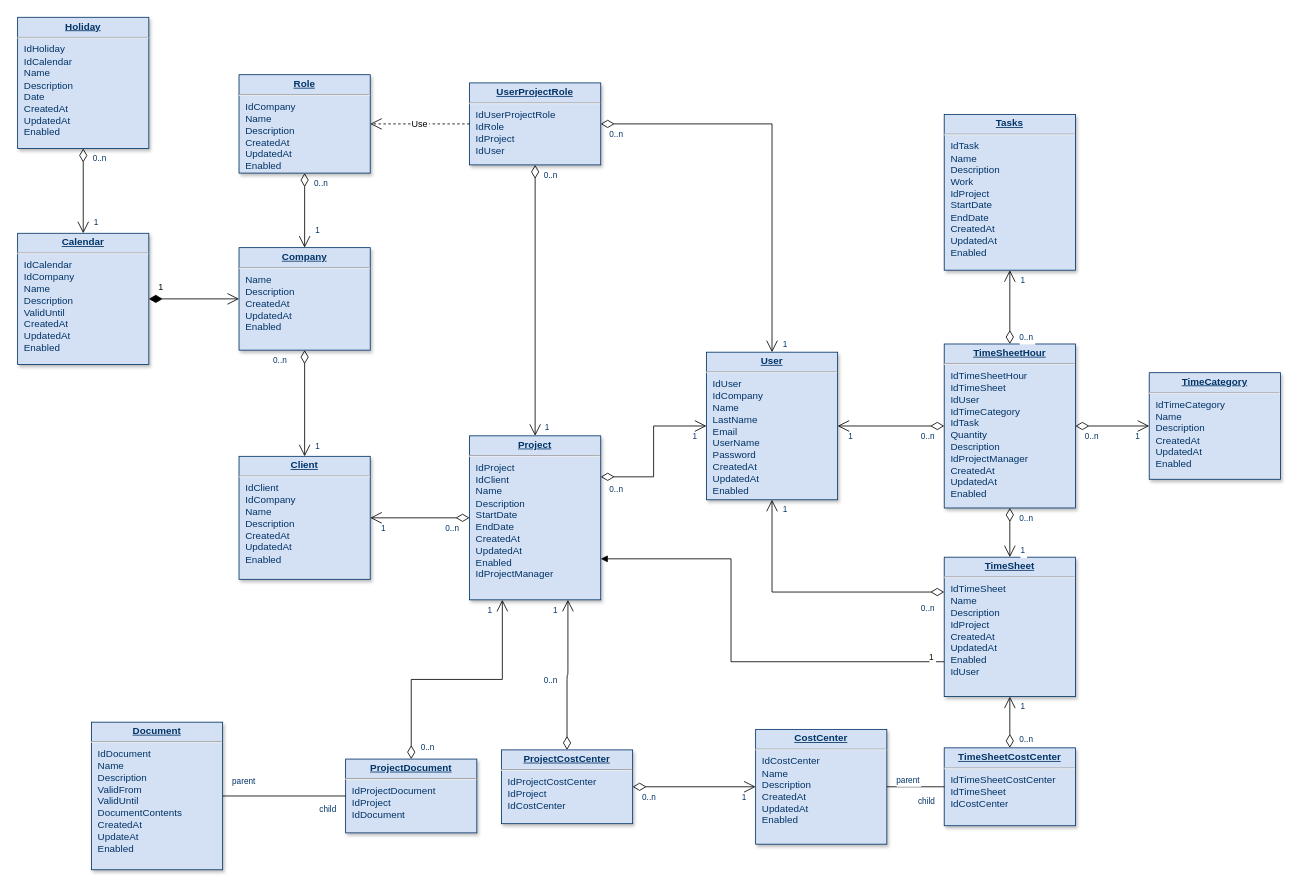
The draw.io diagram 数据库建模.drawio in yangjian433/yj, before the edit. Source tidied: cells renumbered, new cells numbered last; positions are measured from the earlier drawing's top-left corner, leaving out a move shared by most shapes. Both pictures are drawn from the tidied source at 82%, with x=0, y=0 at pixel (17, 17).
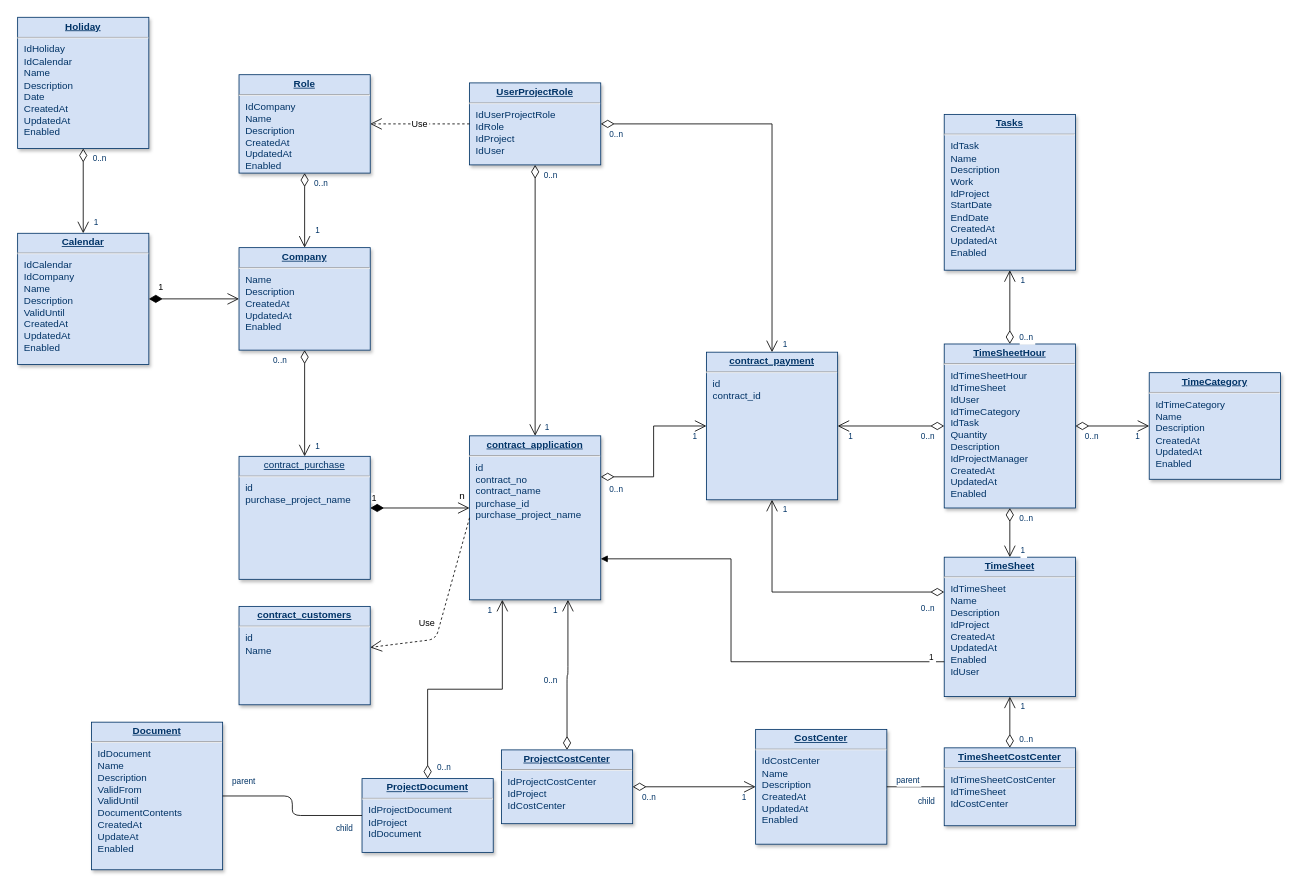
After the change.

Commit message (it also covers changes not shown here):
更新数据库建模.drawio

Diff of the diagram source:
```diff
@@
-    <mxCell id="5" value="&lt;p style=&quot;margin: 0px; margin-top: 4px; text-align: center; text-decoration: underline;&quot;&gt;&lt;strong&gt;User&lt;/strong&gt;&lt;/p&gt;&lt;hr /&gt;&lt;p style=&quot;margin: 0px; margin-left: 8px;&quot;&gt;IdUser&lt;/p&gt;&lt;p style=&quot;margin: 0px; margin-left: 8px;&quot;&gt;IdCompany&lt;/p&gt;&lt;p style=&quot;margin: 0px; margin-left: 8px;&quot;&gt;Name&lt;/p&gt;&lt;p style=&quot;margin: 0px; margin-left: 8px;&quot;&gt;LastName&lt;/p&gt;&lt;p style=&quot;margin: 0px; margin-left: 8px;&quot;&gt;Email&lt;/p&gt;&lt;p style=&quot;margin: 0px; margin-left: 8px;&quot;&gt;UserName&lt;/p&gt;&lt;p style=&quot;margin: 0px; margin-left: 8px;&quot;&gt;Password&lt;/p&gt;&lt;p style=&quot;margin: 0px; margin-left: 8px;&quot;&gt;CreatedAt&lt;/p&gt;&lt;p style=&quot;margin: 0px; margin-left: 8px;&quot;&gt;UpdatedAt&lt;/p&gt;&lt;p style=&quot;margin: 0px; margin-left: 8px;&quot;&gt;Enabled&lt;/p&gt;" style="verticalAlign=top;align=left;overflow=fill;fontSize=12;fontFamily=Helvetica;html=1;strokeColor=#003366;shadow=1;fillColor=#D4E1F5;fontColor=#003366;" parent="1" vertex="1">
+    <mxCell id="5" value="&lt;p style=&quot;margin: 0px; margin-top: 4px; text-align: center; text-decoration: underline;&quot;&gt;&lt;strong&gt;contract_p&lt;/strong&gt;&lt;b style=&quot;background-color: initial;&quot;&gt;&lt;u&gt;ayment&lt;/u&gt;&lt;/b&gt;&lt;/p&gt;&lt;hr&gt;&lt;p style=&quot;margin: 0px; margin-left: 8px;&quot;&gt;id&lt;/p&gt;&lt;p style=&quot;margin: 0px; margin-left: 8px;&quot;&gt;contract_id&lt;/p&gt;&lt;p style=&quot;margin: 0px; margin-left: 8px;&quot;&gt;&lt;br&gt;&lt;/p&gt;" style="verticalAlign=top;align=left;overflow=fill;fontSize=12;fontFamily=Helvetica;html=1;strokeColor=#003366;shadow=1;fillColor=#D4E1F5;fontColor=#003366;" parent="1" vertex="1">
       <mxGeometry x="840" y="408" width="160" height="180" as="geometry" />
     </mxCell>
@@
-    <mxCell id="7" value="&lt;p style=&quot;margin: 0px; margin-top: 4px; text-align: center; text-decoration: underline;&quot;&gt;&lt;strong&gt;Client&lt;/strong&gt;&lt;/p&gt;&lt;hr /&gt;&lt;p style=&quot;margin: 0px; margin-left: 8px;&quot;&gt;IdClient&lt;/p&gt;&lt;p style=&quot;margin: 0px; margin-left: 8px;&quot;&gt;IdCompany&lt;/p&gt;&lt;p style=&quot;margin: 0px; margin-left: 8px;&quot;&gt;Name&lt;/p&gt;&lt;p style=&quot;margin: 0px; margin-left: 8px;&quot;&gt;Description&lt;/p&gt;&lt;p style=&quot;margin: 0px; margin-left: 8px;&quot;&gt;CreatedAt&lt;/p&gt;&lt;p style=&quot;margin: 0px; margin-left: 8px;&quot;&gt;UpdatedAt&lt;/p&gt;&lt;p style=&quot;margin: 0px; margin-left: 8px;&quot;&gt;Enabled&lt;/p&gt;" style="verticalAlign=top;align=left;overflow=fill;fontSize=12;fontFamily=Helvetica;html=1;strokeColor=#003366;shadow=1;fillColor=#D4E1F5;fontColor=#003366;" parent="1" vertex="1">
+    <mxCell id="7" value="&lt;p style=&quot;margin: 0px; margin-top: 4px; text-align: center; text-decoration: underline;&quot;&gt;&lt;span style=&quot;text-align: left;&quot;&gt;contract_purchase&lt;/span&gt;&lt;br&gt;&lt;/p&gt;&lt;hr&gt;&lt;p style=&quot;margin: 0px; margin-left: 8px;&quot;&gt;id&lt;/p&gt;&lt;p style=&quot;margin: 0px; margin-left: 8px;&quot;&gt;purchase_project_name&lt;br&gt;&lt;/p&gt;&lt;p style=&quot;margin: 0px; margin-left: 8px;&quot;&gt;&lt;br&gt;&lt;/p&gt;" style="verticalAlign=top;align=left;overflow=fill;fontSize=12;fontFamily=Helvetica;html=1;strokeColor=#003366;shadow=1;fillColor=#D4E1F5;fontColor=#003366;" parent="1" vertex="1">
       <mxGeometry x="270" y="535" width="160" height="150" as="geometry" />
     </mxCell>
@@
-    <mxCell id="12" value="&lt;p style=&quot;margin: 0px; margin-top: 4px; text-align: center; text-decoration: underline;&quot;&gt;&lt;strong&gt;Project&lt;/strong&gt;&lt;/p&gt;&lt;hr /&gt;&lt;p style=&quot;margin: 0px; margin-left: 8px;&quot;&gt;IdProject&lt;/p&gt;&lt;p style=&quot;margin: 0px; margin-left: 8px;&quot;&gt;IdClient&lt;/p&gt;&lt;p style=&quot;margin: 0px; margin-left: 8px;&quot;&gt;Name&lt;/p&gt;&lt;p style=&quot;margin: 0px; margin-left: 8px;&quot;&gt;Description&lt;/p&gt;&lt;p style=&quot;margin: 0px; margin-left: 8px;&quot;&gt;StartDate&lt;/p&gt;&lt;p style=&quot;margin: 0px; margin-left: 8px;&quot;&gt;EndDate&lt;/p&gt;&lt;p style=&quot;margin: 0px; margin-left: 8px;&quot;&gt;CreatedAt&lt;/p&gt;&lt;p style=&quot;margin: 0px; margin-left: 8px;&quot;&gt;UpdatedAt&lt;/p&gt;&lt;p style=&quot;margin: 0px; margin-left: 8px;&quot;&gt;Enabled&lt;br /&gt;IdProjectManager&lt;/p&gt;" style="verticalAlign=top;align=left;overflow=fill;fontSize=12;fontFamily=Helvetica;html=1;strokeColor=#003366;shadow=1;fillColor=#D4E1F5;fontColor=#003366;" parent="1" vertex="1">
+    <mxCell id="12" value="&lt;p style=&quot;margin: 4px 0px 0px; text-align: center;&quot;&gt;&lt;b&gt;&lt;u&gt;contract_application&lt;/u&gt;&lt;/b&gt;&lt;br&gt;&lt;/p&gt;&lt;hr&gt;&lt;p style=&quot;margin: 0px; margin-left: 8px;&quot;&gt;id&lt;/p&gt;&lt;p style=&quot;margin: 0px; margin-left: 8px;&quot;&gt;contract_no&lt;/p&gt;&lt;p style=&quot;margin: 0px; margin-left: 8px;&quot;&gt;contract_name&lt;br&gt;&lt;/p&gt;&lt;p style=&quot;margin: 0px; margin-left: 8px;&quot;&gt;purchase_id&lt;/p&gt;&lt;p style=&quot;margin: 0px; margin-left: 8px;&quot;&gt;purchase_project_name&lt;/p&gt;&lt;p style=&quot;margin: 0px; margin-left: 8px;&quot;&gt;&lt;br&gt;&lt;/p&gt;" style="verticalAlign=top;align=left;overflow=fill;fontSize=12;fontFamily=Helvetica;html=1;strokeColor=#003366;shadow=1;fillColor=#D4E1F5;fontColor=#003366;" parent="1" vertex="1">
       <mxGeometry x="551.1" y="510" width="160" height="200" as="geometry" />
     </mxCell>
@@
     <mxCell id="17" value="&lt;p style=&quot;margin: 0px ; margin-top: 4px ; text-align: center ; text-decoration: underline&quot;&gt;&lt;strong&gt;ProjectDocument&lt;/strong&gt;&lt;/p&gt;&lt;hr&gt;&lt;p style=&quot;margin: 0px ; margin-left: 8px&quot;&gt;IdProjectDocument&lt;/p&gt;&lt;p style=&quot;margin: 0px ; margin-left: 8px&quot;&gt;IdProject&lt;/p&gt;&lt;p style=&quot;margin: 0px ; margin-left: 8px&quot;&gt;IdDocument&lt;/p&gt;" style="verticalAlign=top;align=left;overflow=fill;fontSize=12;fontFamily=Helvetica;html=1;strokeColor=#003366;shadow=1;fillColor=#D4E1F5;fontColor=#003366;" parent="1" vertex="1">
-      <mxGeometry x="400" y="904.2" width="160" height="90" as="geometry" />
+      <mxGeometry x="420" y="928" width="160" height="90" as="geometry" />
     </mxCell>
@@
-    <mxCell id="64" style="endArrow=open;endSize=12;startArrow=diamondThin;startSize=14;startFill=0;edgeStyle=orthogonalEdgeStyle;" parent="1" edge="1" source="12" target="7">
-      <mxGeometry x="369.4" y="360" as="geometry" />
-    </mxCell>
-    <mxCell id="65" value="0..n" style="align=left;verticalAlign=top;labelBackgroundColor=#ffffff;fontSize=10;strokeColor=#003366;shadow=1;fillColor=#D4E1F5;fontColor=#003366;" parent="64" vertex="1">
-      <mxGeometry x="-1" relative="1" as="geometry">
-        <mxPoint x="-31.1" as="offset" />
-      </mxGeometry>
-    </mxCell>
-    <mxCell id="66" value="1" style="align=right;verticalAlign=top;labelBackgroundColor=#ffffff;fontSize=10;strokeColor=#003366;shadow=1;fillColor=#D4E1F5;fontColor=#003366;" parent="64" vertex="1">
-      <mxGeometry x="1" relative="1" as="geometry">
-        <mxPoint x="20" as="offset" />
-      </mxGeometry>
-    </mxCell>
@@
+    <mxCell id="66" value="1" style="endArrow=open;html=1;endSize=12;startArrow=diamondThin;startSize=14;startFill=1;edgeStyle=orthogonalEdgeStyle;align=left;verticalAlign=bottom;rounded=0;" parent="1" edge="1">
+      <mxGeometry x="-1" y="3" relative="1" as="geometry">
+        <mxPoint x="430" y="598" as="sourcePoint" />
+        <mxPoint x="551.1" y="598" as="targetPoint" />
+      </mxGeometry>
+    </mxCell>
+    <mxCell id="77" value="n" style="text;html=1;align=center;verticalAlign=middle;strokeColor=none;fillColor=none;" parent="1" vertex="1">
+      <mxGeometry x="527" y="568" width="30" height="30" as="geometry" />
+    </mxCell>
+    <mxCell id="78" value="&lt;p style=&quot;margin: 0px; margin-top: 4px; text-align: center; text-decoration: underline;&quot;&gt;&lt;strong&gt;contract_c&lt;/strong&gt;&lt;b style=&quot;background-color: initial;&quot;&gt;&lt;u&gt;ustomers&lt;/u&gt;&lt;/b&gt;&lt;/p&gt;&lt;hr&gt;&lt;p style=&quot;margin: 0px; margin-left: 8px;&quot;&gt;id&lt;br&gt;Name&lt;/p&gt;&lt;p style=&quot;margin: 0px; margin-left: 8px;&quot;&gt;&lt;br&gt;&lt;/p&gt;" style="verticalAlign=top;align=left;overflow=fill;fontSize=12;fontFamily=Helvetica;html=1;strokeColor=#003366;shadow=1;fillColor=#D4E1F5;fontColor=#003366;" parent="1" vertex="1">
+      <mxGeometry x="270" y="718" width="160" height="120" as="geometry" />
+    </mxCell>
+    <mxCell id="79" value="Use" style="endArrow=open;endSize=12;dashed=1;exitX=0;exitY=0.5;exitDx=0;exitDy=0;" parent="1" edge="1" source="12" target="78">
+      <mxGeometry as="geometry">
+        <Array as="points">
+          <mxPoint x="510" y="758" />
+        </Array>
+        <mxPoint x="9" y="49" as="offset" />
+      </mxGeometry>
+    </mxCell>
```
